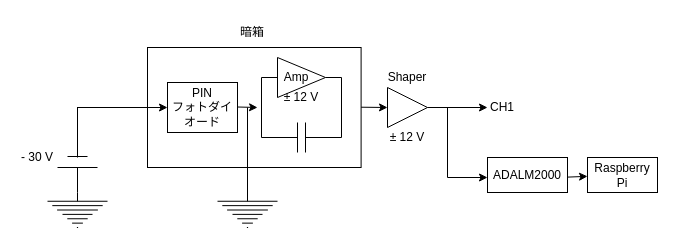
This is page "week1" (1 of 2) of PIN.drawio from hmdyt/b4ex_semiconductor, a draw.io file, before an edit. Source tidied: cells renumbered, new cells numbered last; positions are measured from the earlier drawing's top-left corner, leaving out a move shared by most shapes. Both pictures are drawn from the tidied source at 100%, with x=0, y=0 at pixel (17, 17).
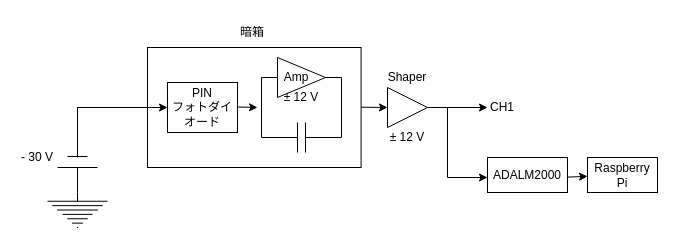
Above is the later version.

The change refers to these unchanged cells:
```xml
<mxCell id="14" style="group;" parent="1" vertex="1">
  <mxGeometry x="30" width="313.6" height="210" as="geometry" />
</mxCell>
<mxCell id="22" style="group;" parent="14" vertex="1">
  <mxGeometry x="100" y="30" width="213.6" height="120" as="geometry" />
</mxCell>
```

Change to the diagram source:
```diff
@@
-    <mxCell id="19" style="verticalLabelPosition=bottom;shadow=0;dashed=0;align=center;html=1;verticalAlign=top;shape=mxgraph.electrical.signal_sources.protective_earth;" parent="14" vertex="1">
-      <mxGeometry x="170" y="175" width="60" height="35" as="geometry" />
-    </mxCell>
@@
-    <mxCell id="33" style="endArrow=none;html=1;" parent="22" edge="1">
-      <mxGeometry relative="1" as="geometry">
-        <mxPoint x="100" y="147.5" as="sourcePoint" />
-        <mxPoint x="100" y="60" as="targetPoint" />
-      </mxGeometry>
-    </mxCell>
```
